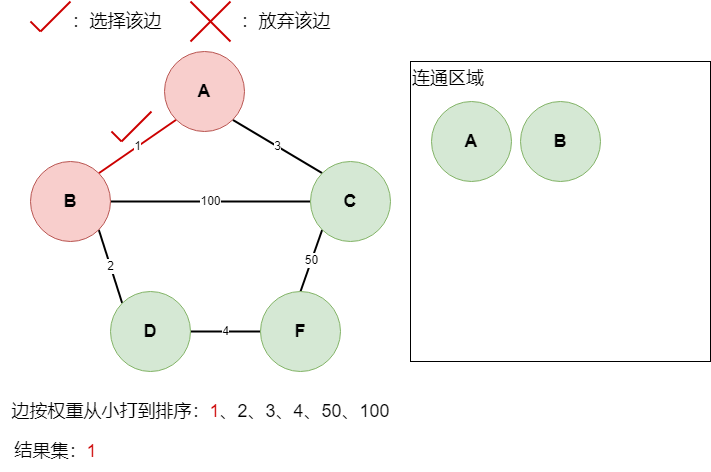
The draw.io diagram algrithem/graph_kruskal-step3.drawio.png in muxicode/c153080686, before a commit. Source tidied: cells renumbered, new cells last; positions are measured from the earlier drawing's top-left corner, leaving out a move shared by most shapes.
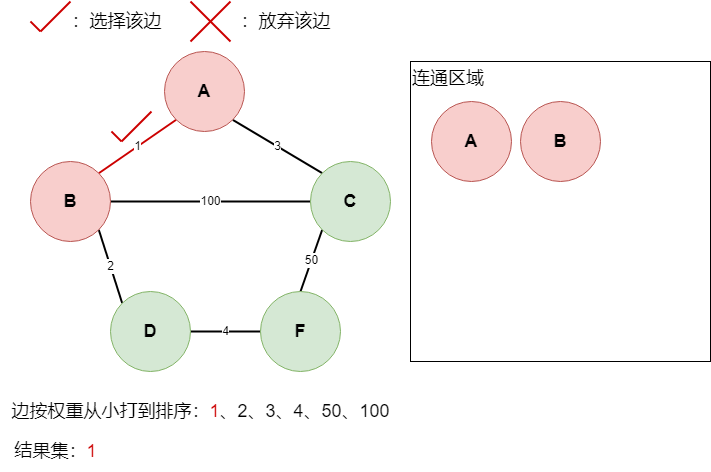
After the change.

Diff of the diagram source:
```diff
@@ -41,10 +41,10 @@
     <mxCell id="14" value="&lt;font style=&quot;font-size: 18px;&quot;&gt;连通区域&lt;/font&gt;" style="whiteSpace=wrap;html=1;align=left;horizontal=1;verticalAlign=top;" parent="1" vertex="1">
       <mxGeometry x="410" y="60" width="300" height="300" as="geometry" />
     </mxCell>
-    <mxCell id="15" value="&lt;font style=&quot;font-size: 18px;&quot;&gt;&lt;b&gt;A&lt;/b&gt;&lt;/font&gt;" style="ellipse;whiteSpace=wrap;html=1;fillColor=#d5e8d4;strokeColor=#82b366;" parent="1" vertex="1">
+    <mxCell id="15" value="&lt;font style=&quot;font-size: 18px;&quot;&gt;&lt;b&gt;A&lt;/b&gt;&lt;/font&gt;" style="ellipse;whiteSpace=wrap;html=1;fillColor=#f8cecc;strokeColor=#b85450;" parent="1" vertex="1">
       <mxGeometry x="431" y="100" width="80" height="80" as="geometry" />
     </mxCell>
-    <mxCell id="16" value="&lt;font style=&quot;font-size: 18px;&quot;&gt;&lt;b&gt;B&lt;/b&gt;&lt;/font&gt;" style="ellipse;whiteSpace=wrap;html=1;fillColor=#d5e8d4;strokeColor=#82b366;" parent="1" vertex="1">
+    <mxCell id="16" value="&lt;font style=&quot;font-size: 18px;&quot;&gt;&lt;b&gt;B&lt;/b&gt;&lt;/font&gt;" style="ellipse;whiteSpace=wrap;html=1;fillColor=#f8cecc;strokeColor=#b85450;" parent="1" vertex="1">
       <mxGeometry x="520" y="100" width="80" height="80" as="geometry" />
     </mxCell>
     <mxCell id="17" style="endArrow=none;html=1;rounded=0;strokeWidth=2;strokeColor=#CC0000;" parent="1" edge="1">
```
